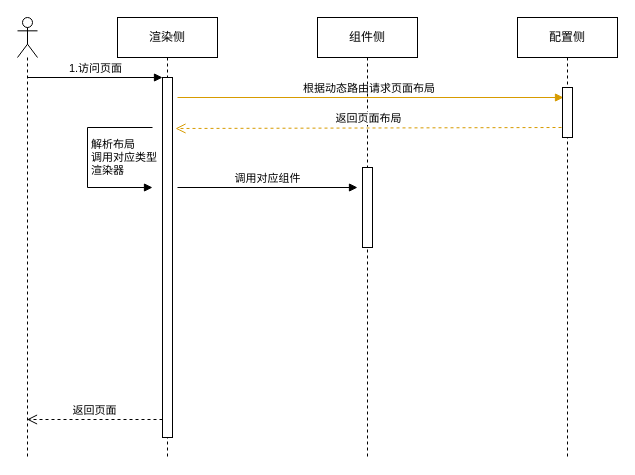
This is 未命名绘图.drawio from wyx1818/notion, a draw.io file, before an edit. Source tidied: cells renumbered, new cells numbered last; positions are measured from the earlier drawing's top-left corner, leaving out a move shared by most shapes. Both pictures are drawn from the tidied source at 100%, with x=0, y=0 at pixel (17, 17).
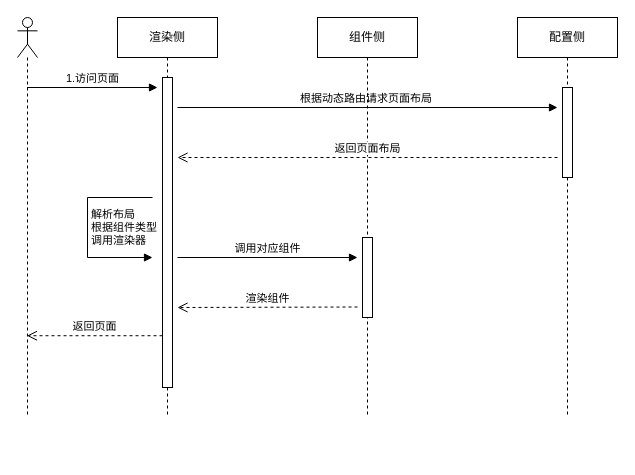
After the change.

Change to the diagram source:
```diff
@@
     <mxCell id="2" style="shape=umlLifeline;participant=umlActor;perimeter=lifelinePerimeter;whiteSpace=wrap;html=1;verticalAlign=top;spacingTop=36;outlineConnect=0;" parent="1" vertex="1">
-      <mxGeometry width="20" height="440" as="geometry" />
+      <mxGeometry width="20" height="400" as="geometry" />
     </mxCell>
     <mxCell id="3" value="渲染侧" style="shape=umlLifeline;perimeter=lifelinePerimeter;whiteSpace=wrap;html=1;" parent="1" vertex="1">
-      <mxGeometry x="100" width="100" height="440" as="geometry" />
+      <mxGeometry x="100" width="100" height="400" as="geometry" />
     </mxCell>
     <mxCell id="4" style="html=1;points=[];perimeter=orthogonalPerimeter;" parent="3" vertex="1">
-      <mxGeometry x="45" y="60" width="10" height="360" as="geometry" />
+      <mxGeometry x="45" y="60" width="10" height="310" as="geometry" />
     </mxCell>
-    <mxCell id="5" value="根据动态路由请求页面布局&amp;nbsp;" style="html=1;verticalAlign=bottom;endArrow=block;entryX=0.1;entryY=0.2;entryDx=0;entryDy=0;entryPerimeter=0;fillColor=#ffe6cc;strokeColor=#d79b00;" parent="3" edge="1" target="11">
+    <mxCell id="5" value="根据动态路由请求页面布局 " style="verticalAlign=bottom;endArrow=block;html=1;" parent="3" edge="1">
       <mxGeometry relative="1" as="geometry">
-        <mxPoint x="60" y="80" as="sourcePoint" />
+        <mxPoint x="60" y="90" as="sourcePoint" />
+        <mxPoint x="440" y="90" as="targetPoint" />
       </mxGeometry>
     </mxCell>
     <mxCell id="6" value="组件侧" style="shape=umlLifeline;perimeter=lifelinePerimeter;whiteSpace=wrap;html=1;" parent="1" vertex="1">
-      <mxGeometry x="300" width="100" height="440" as="geometry" />
+      <mxGeometry x="300" width="100" height="400" as="geometry" />
     </mxCell>
     <mxCell id="7" style="html=1;perimeter=orthogonalPerimeter;" parent="6" vertex="1">
-      <mxGeometry x="45" y="150" width="10" height="80" as="geometry" />
+      <mxGeometry x="45" y="220" width="10" height="80" as="geometry" />
     </mxCell>
     <mxCell id="8" value="配置侧" style="shape=umlLifeline;perimeter=lifelinePerimeter;whiteSpace=wrap;html=1;" parent="1" vertex="1">
-      <mxGeometry x="500" width="100" height="440" as="geometry" />
+      <mxGeometry x="500" width="100" height="400" as="geometry" />
     </mxCell>
-    <mxCell id="9" value="返回页面" style="html=1;verticalAlign=bottom;endArrow=open;dashed=1;endSize=8;exitX=0;exitY=0.95;" parent="1" edge="1" source="4" target="2">
+    <mxCell id="9" value="返回页面" style="html=1;verticalAlign=bottom;endArrow=open;dashed=1;endSize=8;exitX=0;exitY=0.833;exitDx=0;exitDy=0;exitPerimeter=0;" parent="1" edge="1" source="4" target="2">
       <mxGeometry relative="1" as="geometry" />
     </mxCell>
-    <mxCell id="10" value="1.访问页面" style="html=1;verticalAlign=bottom;endArrow=block;entryX=0;entryY=0;" parent="1" edge="1" source="2" target="4">
-      <mxGeometry relative="1" as="geometry" />
+    <mxCell id="10" value="1.访问页面" style="html=1;verticalAlign=bottom;endArrow=block;" parent="1" edge="1" source="2">
+      <mxGeometry relative="1" as="geometry">
+        <mxPoint x="140" y="70" as="targetPoint" />
+      </mxGeometry>
     </mxCell>
     <mxCell id="11" style="html=1;points=[];perimeter=orthogonalPerimeter;" parent="1" vertex="1">
-      <mxGeometry x="545" y="70" width="10" height="50" as="geometry" />
+      <mxGeometry x="545" y="70" width="10" height="90" as="geometry" />
     </mxCell>
-    <mxCell id="12" value="返回页面布局" style="html=1;verticalAlign=bottom;endArrow=open;dashed=1;endSize=8;fillColor=#ffe6cc;strokeColor=#d79b00;exitX=-0.1;exitY=0.8;exitDx=0;exitDy=0;exitPerimeter=0;" parent="1" edge="1" source="11">
+    <mxCell id="12" value="返回页面布局" style="html=1;verticalAlign=bottom;endArrow=open;dashed=1;endSize=8;" parent="1" edge="1">
       <mxGeometry relative="1" as="geometry">
-        <mxPoint x="158" y="111" as="targetPoint" />
+        <mxPoint x="540" y="140" as="sourcePoint" />
+        <mxPoint x="160" y="140" as="targetPoint" />
       </mxGeometry>
     </mxCell>
     <mxCell id="13" value="调用对应组件" style="html=1;verticalAlign=bottom;endArrow=block;" parent="1" edge="1">
       <mxGeometry relative="1" as="geometry">
-        <mxPoint x="160" y="170" as="sourcePoint" />
-        <mxPoint x="340" y="170" as="targetPoint" />
+        <mxPoint x="160" y="240" as="sourcePoint" />
+        <mxPoint x="340" y="240" as="targetPoint" />
       </mxGeometry>
     </mxCell>
-    <mxCell id="14" value="解析布局&lt;br&gt;调用对应类型&lt;br&gt;渲染器" style="edgeStyle=orthogonalEdgeStyle;html=1;align=left;spacingLeft=2;endArrow=block;rounded=0;" parent="1" edge="1">
+    <mxCell id="14" value="解析布局&lt;br&gt;根据组件类型&lt;br&gt;调用渲染器" style="edgeStyle=orthogonalEdgeStyle;html=1;align=left;spacingLeft=2;endArrow=block;rounded=0;" parent="1" edge="1">
       <mxGeometry relative="1" as="geometry">
-        <mxPoint x="135" y="110" as="sourcePoint" />
-        <mxPoint x="135" y="170" as="targetPoint" />
+        <mxPoint x="135" y="180" as="sourcePoint" />
+        <mxPoint x="135" y="240" as="targetPoint" />
         <Array as="points">
-          <mxPoint x="70" y="110" />
-          <mxPoint x="70" y="170" />
+          <mxPoint x="70" y="180" />
+          <mxPoint x="70" y="240" />
         </Array>
       </mxGeometry>
     </mxCell>
+    <mxCell id="15" value="渲染组件" style="html=1;verticalAlign=bottom;endArrow=open;dashed=1;endSize=8;" parent="1" edge="1">
+      <mxGeometry relative="1" as="geometry">
+        <mxPoint x="340" y="289.5" as="sourcePoint" />
+        <mxPoint x="160" y="290" as="targetPoint" />
+      </mxGeometry>
+    </mxCell>
```
